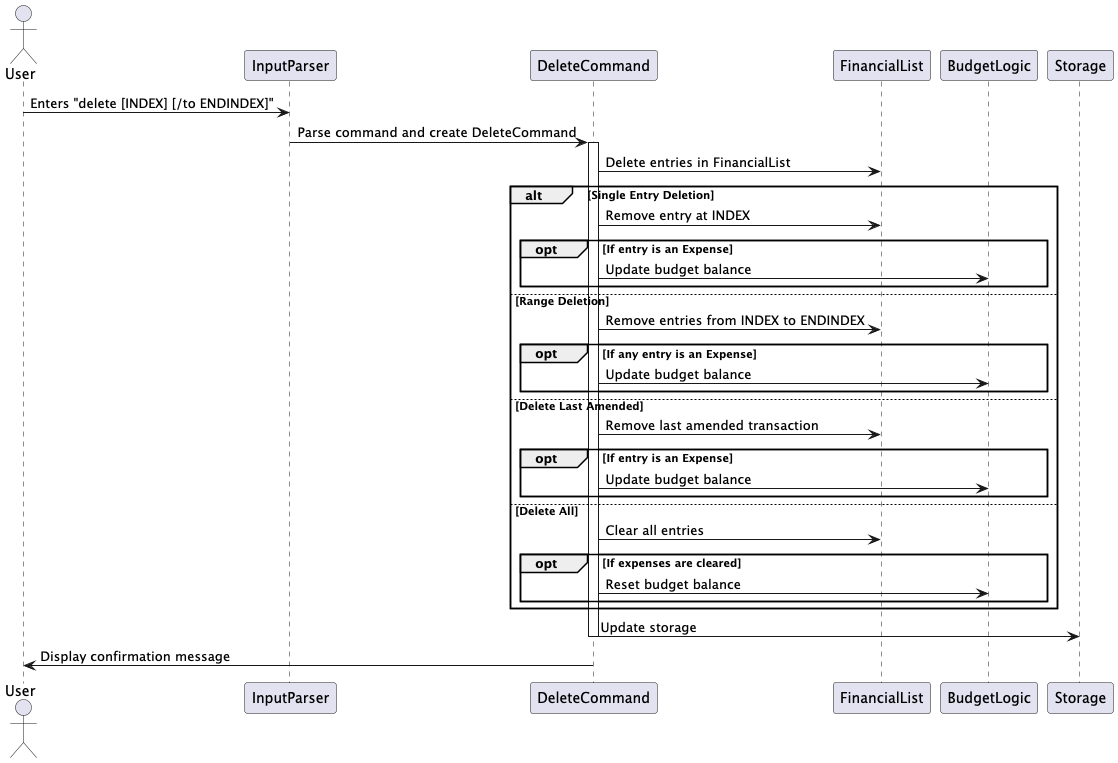
Above: docs/UML/DeleteCommandSequenceDiagram.png in nus-cs2113-AY2425S1/tp (PlantUML), before the change. The source it was exported from:
```plantuml
@startuml
actor User
participant "InputParser" as IP
participant "DeleteCommand" as DC
participant "FinancialList" as FL
participant "BudgetLogic" as B
participant "Storage" as ST

User -> IP: Enters "delete [INDEX] [/to ENDINDEX]"
IP -> DC: Parse command and create DeleteCommand
activate DC
DC -> FL: Delete entries in FinancialList
alt Single Entry Deletion
    DC -> FL: Remove entry at INDEX
    opt If entry is an Expense
        DC -> B: Update budget balance
    end
else Range Deletion
    DC -> FL: Remove entries from INDEX to ENDINDEX
    opt If any entry is an Expense
        DC -> B: Update budget balance
    end
else Delete Last Amended
    DC -> FL: Remove last amended transaction
    opt If entry is an Expense
        DC -> B: Update budget balance
    end
else Delete All
    DC -> FL: Clear all entries
    opt If expenses are cleared
        DC -> B: Reset budget balance
    end
end
DC -> ST: Update storage
deactivate DC
User <- DC: Display confirmation message
@enduml
```
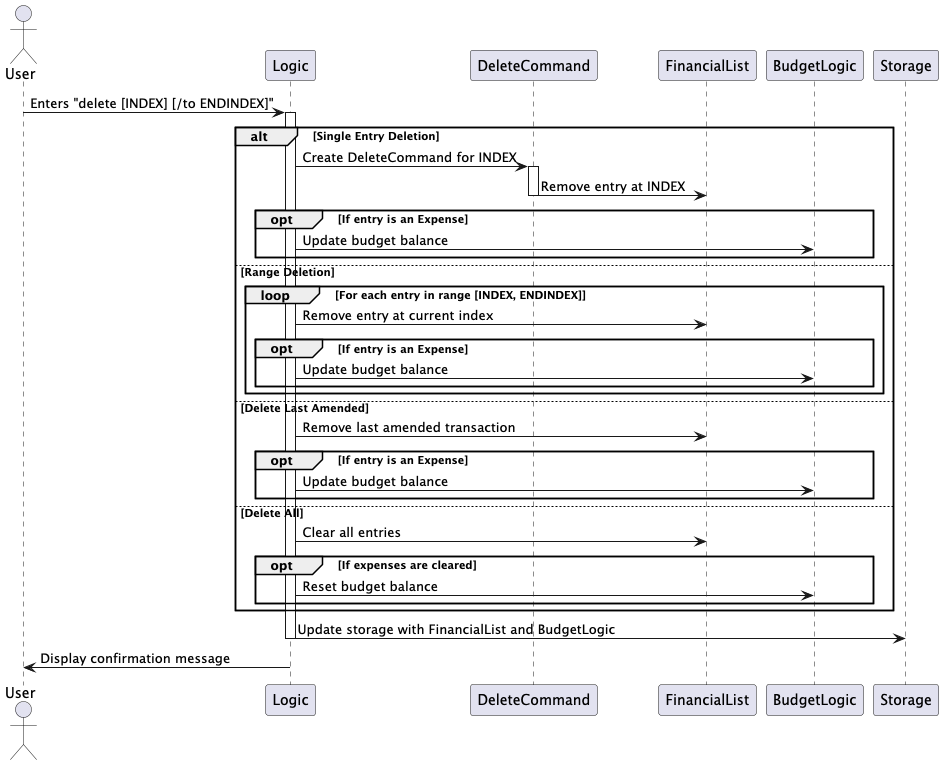
After the change.

The edit, as a diff of the source:
```diff
@@ -1,37 +1,42 @@
 @startuml
 actor User
-participant "InputParser" as IP
+participant "Logic" as L
 participant "DeleteCommand" as DC
 participant "FinancialList" as FL
 participant "BudgetLogic" as B
 participant "Storage" as ST
 
-User -> IP: Enters "delete [INDEX] [/to ENDINDEX]"
-IP -> DC: Parse command and create DeleteCommand
-activate DC
-DC -> FL: Delete entries in FinancialList
+User -> L: Enters "delete [INDEX] [/to ENDINDEX]"
+activate L
+
 alt Single Entry Deletion
+    L -> DC: Create DeleteCommand for INDEX
+    activate DC
     DC -> FL: Remove entry at INDEX
+    deactivate DC
     opt If entry is an Expense
-        DC -> B: Update budget balance
+        L -> B: Update budget balance
     end
 else Range Deletion
-    DC -> FL: Remove entries from INDEX to ENDINDEX
-    opt If any entry is an Expense
-        DC -> B: Update budget balance
+    loop For each entry in range [INDEX, ENDINDEX]
+        L -> FL: Remove entry at current index
+        opt If entry is an Expense
+            L -> B: Update budget balance
+        end
     end
 else Delete Last Amended
-    DC -> FL: Remove last amended transaction
+    L -> FL: Remove last amended transaction
     opt If entry is an Expense
-        DC -> B: Update budget balance
+        L -> B: Update budget balance
     end
 else Delete All
-    DC -> FL: Clear all entries
+    L -> FL: Clear all entries
     opt If expenses are cleared
-        DC -> B: Reset budget balance
+        L -> B: Reset budget balance
     end
 end
-DC -> ST: Update storage
-deactivate DC
-User <- DC: Display confirmation message
+
+L -> ST: Update storage with FinancialList and BudgetLogic
+deactivate L
+User <- L: Display confirmation message
 @enduml
```
